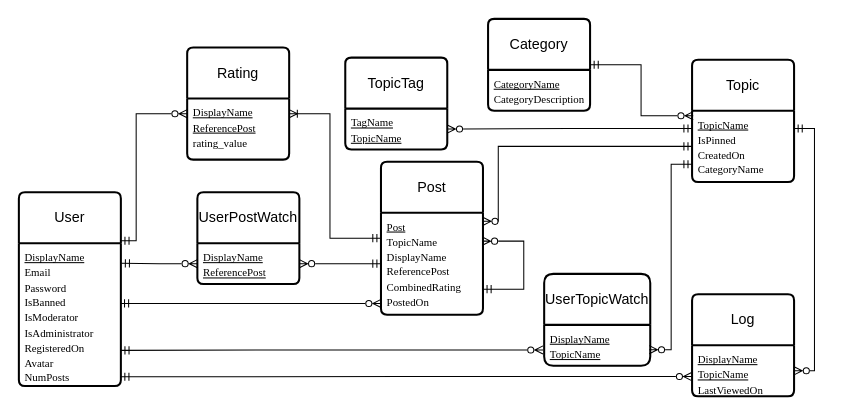
The draw.io diagram CSC 370/A6ERD.drawio in amirabdullahi1/gold, before the edit. Source tidied: cells renumbered, new cells numbered last; positions are measured from the earlier drawing's top-left corner, leaving out a move shared by most shapes. Both pictures are drawn from the tidied source at 102%, with x=0, y=0 at pixel (18, 18).
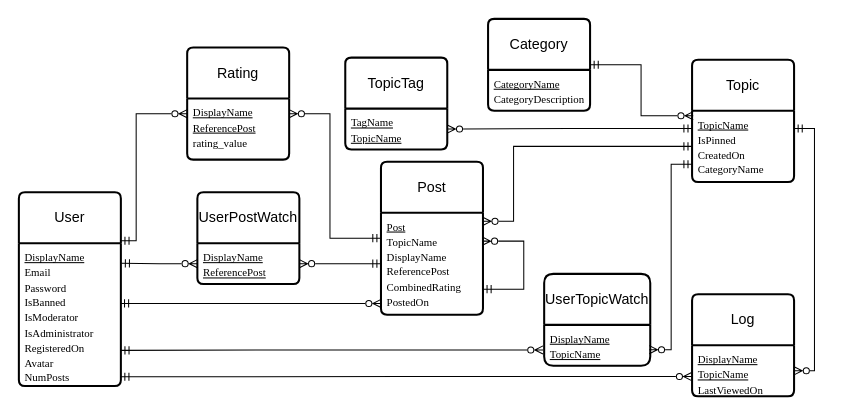
After the change.

The change refers to these unchanged cells:
```xml
<mxCell id="5" value="&lt;span id=&quot;docs-internal-guid-335b155d-7fff-7523-f10d-542a459f4298&quot;&gt;&lt;span style=&quot;font-size: 8pt; font-family: &amp;quot;Times New Roman&amp;quot;, serif; background-color: transparent; font-variant-numeric: normal; font-variant-east-asian: normal; font-variant-alternates: normal; font-variant-position: normal; text-decoration-line: underline; text-decoration-skip-ink: none; vertical-align: baseline; white-space: pre-wrap;&quot;&gt;TopicName&lt;/span&gt;&lt;span style=&quot;font-size: 8pt; font-family: &amp;quot;Times New Roman&amp;quot;, serif; background-color: transparent; font-variant-numeric: normal; font-variant-east-asian: normal; font-variant-alternates: normal; font-variant-position: normal; vertical-align: baseline; white-space: pre-wrap;&quot;&gt; &lt;/span&gt;&lt;/span&gt;&lt;div&gt;&lt;span&gt;&lt;span style=&quot;font-size: 8pt; font-family: &amp;quot;Times New Roman&amp;quot;, serif; background-color: transparent; font-variant-numeric: normal; font-variant-east-asian: normal; font-variant-alternates: normal; font-variant-position: normal; vertical-align: baseline; white-space: pre-wrap;&quot;&gt;IsPinned&lt;/span&gt;&lt;/span&gt;&lt;/div&gt;&lt;div&gt;&lt;span&gt;&lt;span style=&quot;font-size: 8pt; font-family: &amp;quot;Times New Roman&amp;quot;, serif; background-color: transparent; font-variant-numeric: normal; font-variant-east-asian: normal; font-variant-alternates: normal; font-variant-position: normal; vertical-align: baseline; white-space: pre-wrap;&quot;&gt;CreatedOn&lt;/span&gt;&lt;/span&gt;&lt;/div&gt;&lt;div&gt;&lt;span&gt;&lt;span style=&quot;font-size: 8pt; font-family: &amp;quot;Times New Roman&amp;quot;, serif; background-color: transparent; font-variant-numeric: normal; font-variant-east-asian: normal; font-variant-alternates: normal; font-variant-position: normal; vertical-align: baseline; white-space: pre-wrap;&quot;&gt;CategoryName&lt;/span&gt;&lt;/span&gt;&lt;/div&gt;" style="align=left;strokeColor=none;fillColor=none;spacingLeft=4;fontSize=12;verticalAlign=top;html=1;" parent="4" vertex="1">
  <mxGeometry y="50" width="100" height="70" as="geometry" />
</mxCell>
<mxCell id="9" value="&lt;span id=&quot;docs-internal-guid-04a7103e-7fff-6b36-e854-a5276be4d943&quot;&gt;&lt;span style=&quot;font-size: 8pt; font-family: &amp;quot;Times New Roman&amp;quot;, serif; background-color: transparent; font-variant-numeric: normal; font-variant-east-asian: normal; font-variant-alternates: normal; font-variant-position: normal; text-decoration-line: underline; text-decoration-skip-ink: none; vertical-align: baseline; white-space: pre-wrap;&quot;&gt;Post&lt;/span&gt;&lt;/span&gt;&lt;div&gt;&lt;span&gt;&lt;span style=&quot;font-size: 8pt; font-family: &amp;quot;Times New Roman&amp;quot;, serif; background-color: transparent; font-variant-numeric: normal; font-variant-east-asian: normal; font-variant-alternates: normal; font-variant-position: normal; vertical-align: baseline; white-space: pre-wrap;&quot;&gt;TopicName&lt;/span&gt;&lt;/span&gt;&lt;/div&gt;&lt;div&gt;&lt;span&gt;&lt;span style=&quot;font-size: 8pt; font-family: &amp;quot;Times New Roman&amp;quot;, serif; background-color: transparent; font-variant-numeric: normal; font-variant-east-asian: normal; font-variant-alternates: normal; font-variant-position: normal; vertical-align: baseline; white-space: pre-wrap;&quot;&gt;DisplayName&lt;/span&gt;&lt;/span&gt;&lt;/div&gt;&lt;div&gt;&lt;span&gt;&lt;span style=&quot;font-size: 8pt; font-family: &amp;quot;Times New Roman&amp;quot;, serif; background-color: transparent; font-variant-numeric: normal; font-variant-east-asian: normal; font-variant-alternates: normal; font-variant-position: normal; vertical-align: baseline; white-space: pre-wrap;&quot;&gt;ReferencePost&lt;/span&gt;&lt;/span&gt;&lt;/div&gt;&lt;div&gt;&lt;span&gt;&lt;span style=&quot;font-size: 8pt; font-family: &amp;quot;Times New Roman&amp;quot;, serif; background-color: transparent; font-variant-numeric: normal; font-variant-east-asian: normal; font-variant-alternates: normal; font-variant-position: normal; vertical-align: baseline; white-space: pre-wrap;&quot;&gt;CombinedRating&lt;/span&gt;&lt;/span&gt;&lt;/div&gt;&lt;div&gt;&lt;span&gt;&lt;span style=&quot;font-size: 8pt; font-family: &amp;quot;Times New Roman&amp;quot;, serif; background-color: transparent; font-variant-numeric: normal; font-variant-east-asian: normal; font-variant-alternates: normal; font-variant-position: normal; vertical-align: baseline; white-space: pre-wrap;&quot;&gt;PostedOn&lt;/span&gt;&lt;/span&gt;&lt;/div&gt;" style="align=left;strokeColor=none;fillColor=none;spacingLeft=4;fontSize=12;verticalAlign=top;html=1;" parent="8" vertex="1">
  <mxGeometry y="50" width="100" height="100" as="geometry" />
</mxCell>
<mxCell id="15" value="&lt;span id=&quot;docs-internal-guid-7e6a2e6d-7fff-f1e0-f9a3-e141fd04a210&quot;&gt;&lt;span style=&quot;font-size: 8pt; font-family: &amp;quot;Times New Roman&amp;quot;, serif; background-color: transparent; font-variant-numeric: normal; font-variant-east-asian: normal; font-variant-alternates: normal; font-variant-position: normal; text-decoration-line: underline; text-decoration-skip-ink: none; vertical-align: baseline; white-space: pre-wrap;&quot;&gt;DisplayName&lt;/span&gt;&lt;/span&gt;&lt;div&gt;&lt;span&gt;&lt;span style=&quot;font-size: 8pt; font-family: &amp;quot;Times New Roman&amp;quot;, serif; background-color: transparent; font-variant-numeric: normal; font-variant-east-asian: normal; font-variant-alternates: normal; font-variant-position: normal; text-decoration-line: underline; text-decoration-skip-ink: none; vertical-align: baseline; white-space: pre-wrap;&quot;&gt;ReferencePost&lt;/span&gt;&lt;/span&gt;&lt;/div&gt;&lt;div&gt;&lt;span&gt;&lt;span style=&quot;font-size: 8pt; font-family: &amp;quot;Times New Roman&amp;quot;, serif; background-color: transparent; font-variant-numeric: normal; font-variant-east-asian: normal; font-variant-alternates: normal; font-variant-position: normal; vertical-align: baseline; white-space: pre-wrap;&quot;&gt;rating_value&lt;/span&gt;&lt;/span&gt;&lt;/div&gt;" style="align=left;strokeColor=none;fillColor=none;spacingLeft=4;fontSize=12;verticalAlign=top;html=1;" parent="14" vertex="1">
  <mxGeometry y="50" width="100" height="60" as="geometry" />
</mxCell>
```

Change to the diagram source:
```diff
@@
-    <mxCell id="27" style="edgeStyle=orthogonalEdgeStyle;rounded=0;jettySize=auto;html=1;entryX=0;entryY=0.25;entryDx=0;entryDy=0;endArrow=ERmandOne;endFill=0;startArrow=ERoneToMany;startFill=0;exitX=1;exitY=0.25;exitDx=0;exitDy=0;" parent="1" edge="1" source="15" target="9">
+    <mxCell id="27" style="edgeStyle=orthogonalEdgeStyle;rounded=0;jettySize=auto;html=1;entryX=0;entryY=0.25;entryDx=0;entryDy=0;endArrow=ERmandOne;endFill=0;startArrow=ERzeroToMany;startFill=0;exitX=1;exitY=0.25;exitDx=0;exitDy=0;" parent="1" edge="1" source="15" target="9">
       <mxGeometry relative="1" as="geometry">
         <Array as="points">
           <mxPoint x="305" y="93" />
           <mxPoint x="305" y="215" />
         </Array>
       </mxGeometry>
     </mxCell>
     <mxCell id="28" style="edgeStyle=orthogonalEdgeStyle;rounded=0;jettySize=auto;html=1;entryX=0;entryY=0.5;entryDx=0;entryDy=0;exitX=0.998;exitY=0.085;exitDx=0;exitDy=0;exitPerimeter=0;endArrow=ERmandOne;endFill=0;startArrow=ERzeroToMany;startFill=0;" parent="1" edge="1" source="9" target="5">
       <mxGeometry relative="1" as="geometry">
         <Array as="points">
-          <mxPoint x="470" y="199" />
-          <mxPoint x="470" y="125" />
+          <mxPoint x="485" y="199" />
+          <mxPoint x="485" y="125" />
         </Array>
       </mxGeometry>
     </mxCell>
```
